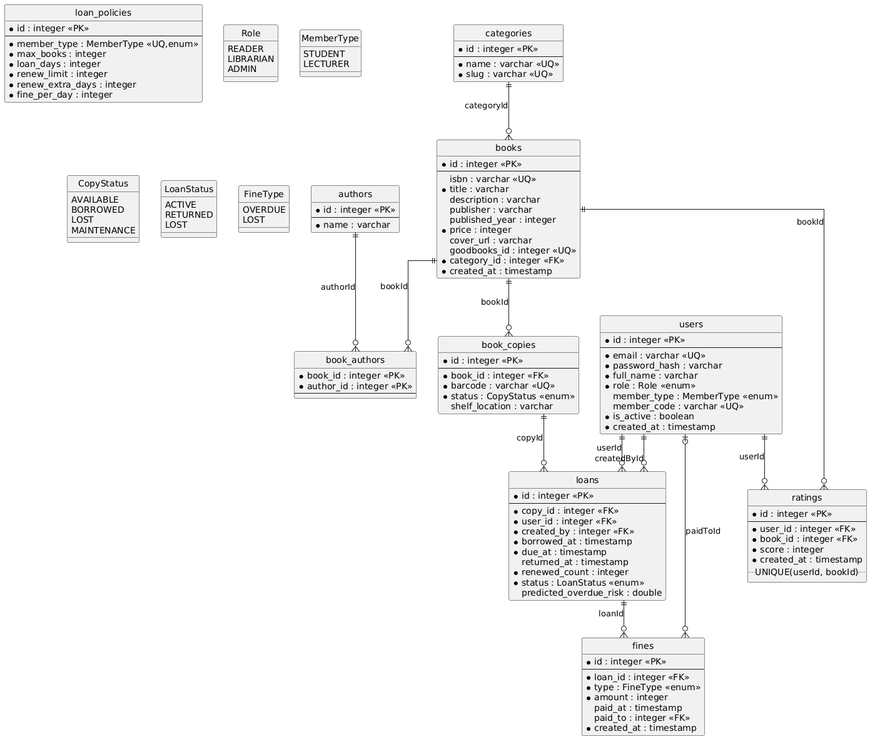
Before: docs/erd/erd.png, a diagram exported from PlantUML (khoidev2001/university-library-system).
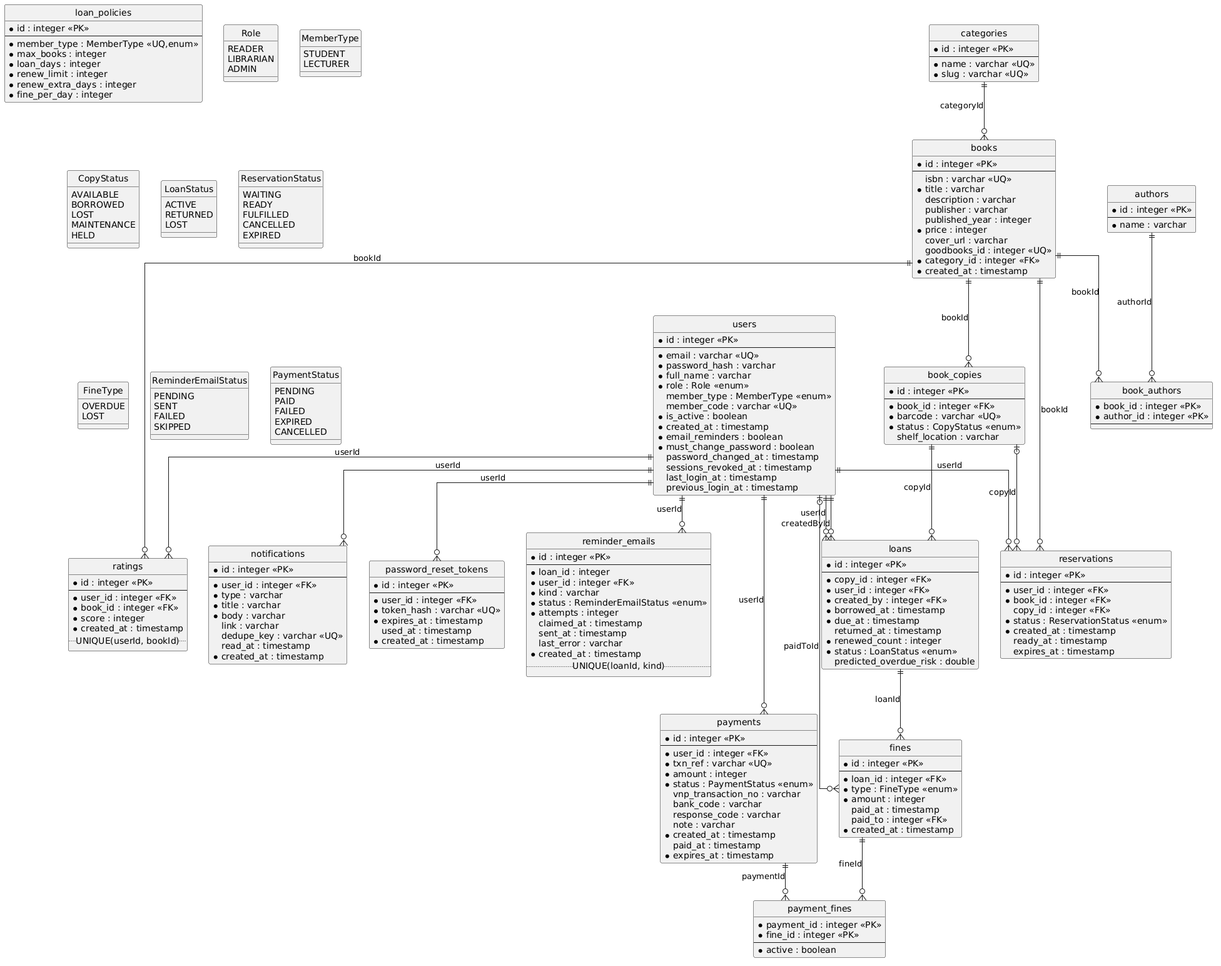
After the change.

Commit message:
docs(erd): sinh lại ERD và DDL theo schema hiện tại (16 bảng, 8 enum)

Change to the diagram source:
```diff
@@ -17,6 +17,12 @@
     member_code : varchar <<UQ>>
   * is_active : boolean
   * created_at : timestamp
+  * email_reminders : boolean
+  * must_change_password : boolean
+    password_changed_at : timestamp
+    sessions_revoked_at : timestamp
+    last_login_at : timestamp
+    previous_login_at : timestamp
 }
 
 entity "loan_policies" as LoanPolicy {
@@ -108,6 +114,79 @@
   .. UNIQUE(userId, bookId) ..
 }
 
+entity "reservations" as Reservation {
+  * id : integer <<PK>>
+  --
+  * user_id : integer <<FK>>
+  * book_id : integer <<FK>>
+    copy_id : integer <<FK>>
+  * status : ReservationStatus <<enum>>
+  * created_at : timestamp
+    ready_at : timestamp
+    expires_at : timestamp
+}
+
+entity "notifications" as Notification {
+  * id : integer <<PK>>
+  --
+  * user_id : integer <<FK>>
+  * type : varchar
+  * title : varchar
+  * body : varchar
+    link : varchar
+    dedupe_key : varchar <<UQ>>
+    read_at : timestamp
+  * created_at : timestamp
+}
+
+entity "password_reset_tokens" as PasswordResetToken {
+  * id : integer <<PK>>
+  --
+  * user_id : integer <<FK>>
+  * token_hash : varchar <<UQ>>
+  * expires_at : timestamp
+    used_at : timestamp
+  * created_at : timestamp
+}
+
+entity "reminder_emails" as ReminderEmail {
+  * id : integer <<PK>>
+  --
+  * loan_id : integer
+  * user_id : integer <<FK>>
+  * kind : varchar
+  * status : ReminderEmailStatus <<enum>>
+  * attempts : integer
+    claimed_at : timestamp
+    sent_at : timestamp
+    last_error : varchar
+  * created_at : timestamp
+  .. UNIQUE(loanId, kind) ..
+}
+
+entity "payments" as Payment {
+  * id : integer <<PK>>
+  --
+  * user_id : integer <<FK>>
+  * txn_ref : varchar <<UQ>>
+  * amount : integer
+  * status : PaymentStatus <<enum>>
+    vnp_transaction_no : varchar
+    bank_code : varchar
+    response_code : varchar
+    note : varchar
+  * created_at : timestamp
+    paid_at : timestamp
+  * expires_at : timestamp
+}
+
+entity "payment_fines" as PaymentFine {
+  * payment_id : integer <<PK>>
+  * fine_id : integer <<PK>>
+  --
+  * active : boolean
+}
+
 enum Role {
   READER
   LIBRARIAN
@@ -124,6 +203,7 @@
   BORROWED
   LOST
   MAINTENANCE
+  HELD
 }
 
 enum LoanStatus {
@@ -132,9 +212,32 @@
   LOST
 }
 
+enum ReservationStatus {
+  WAITING
+  READY
+  FULFILLED
+  CANCELLED
+  EXPIRED
+}
+
 enum FineType {
   OVERDUE
   LOST
+}
+
+enum ReminderEmailStatus {
+  PENDING
+  SENT
+  FAILED
+  SKIPPED
+}
+
+enum PaymentStatus {
+  PENDING
+  PAID
+  FAILED
+  EXPIRED
+  CANCELLED
 }
 
 Category ||--o{ Book : categoryId
@@ -148,4 +251,13 @@
 User |o--o{ Fine : paidToId
 User ||--o{ Rating : userId
 Book ||--o{ Rating : bookId
+User ||--o{ Reservation : userId
+Book ||--o{ Reservation : bookId
+BookCopy |o--o{ Reservation : copyId
+User ||--o{ Notification : userId
+User ||--o{ PasswordResetToken : userId
+User ||--o{ ReminderEmail : userId
+User ||--o{ Payment : userId
+Payment ||--o{ PaymentFine : paymentId
+Fine ||--o{ PaymentFine : fineId
 @enduml
```
